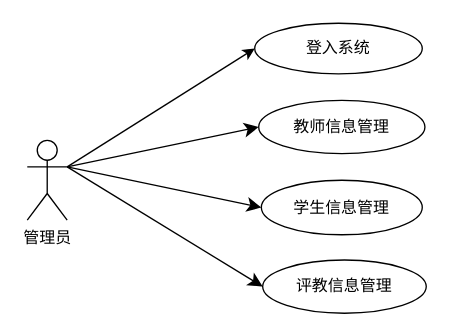
Earlier version of the draw.io diagram page "管理员" (1 of 7) of 未命名绘图.drawio (mao-user/2024code). Source tidied: cells renumbered, new cells numbered last; positions are measured from the earlier drawing's top-left corner, leaving out a move shared by most shapes. Both pictures are drawn from the tidied source at 133%, with x=0, y=0 at pixel (27, 23).
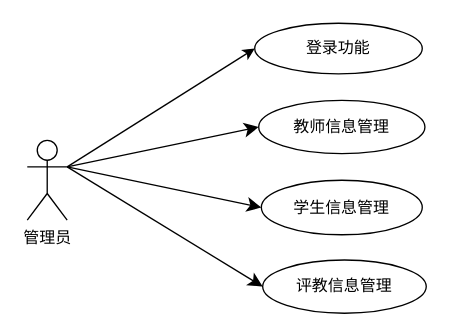
After the change.

Diff of the diagram source:
```diff
@@
 <mxGraphModel>
   <root>
     <mxCell id="0" />
     <mxCell id="1" parent="0" />
     <mxCell id="2" style="edgeStyle=none;curved=1;rounded=0;jettySize=auto;html=1;exitX=1;exitY=0.3333333333333333;exitDx=0;exitDy=0;exitPerimeter=0;entryX=0;entryY=0.5;entryDx=0;entryDy=0;fontSize=12;startSize=8;endSize=8;" parent="1" edge="1" source="6" target="7">
       <mxGeometry relative="1" as="geometry" />
     </mxCell>
     <mxCell id="3" style="edgeStyle=none;curved=1;rounded=0;jettySize=auto;html=1;exitX=1;exitY=0.3333333333333333;exitDx=0;exitDy=0;exitPerimeter=0;entryX=0;entryY=0.5;entryDx=0;entryDy=0;fontSize=12;startSize=8;endSize=8;" parent="1" edge="1" source="6" target="8">
       <mxGeometry relative="1" as="geometry" />
     </mxCell>
     <mxCell id="4" style="edgeStyle=none;curved=1;rounded=0;jettySize=auto;html=1;exitX=1;exitY=0.3333333333333333;exitDx=0;exitDy=0;exitPerimeter=0;entryX=0;entryY=0.5;entryDx=0;entryDy=0;fontSize=12;startSize=8;endSize=8;" parent="1" edge="1" source="6" target="9">
       <mxGeometry relative="1" as="geometry" />
     </mxCell>
     <mxCell id="5" style="edgeStyle=none;rounded=0;jettySize=auto;html=1;exitX=1;exitY=0.3333333333333333;exitDx=0;exitDy=0;exitPerimeter=0;entryX=0;entryY=0.5;entryDx=0;entryDy=0;" parent="1" edge="1" source="6" target="10">
       <mxGeometry relative="1" as="geometry" />
     </mxCell>
     <mxCell id="6" value="管理员" style="shape=umlActor;verticalLabelPosition=bottom;verticalAlign=top;html=1;outlineConnect=0;" parent="1" vertex="1">
       <mxGeometry y="88" width="30" height="60" as="geometry" />
     </mxCell>
     <mxCell id="7" value="教师信息管理" style="ellipse;whiteSpace=wrap;html=1;" parent="1" vertex="1">
       <mxGeometry x="174" y="58" width="125" height="40" as="geometry" />
     </mxCell>
     <mxCell id="8" value="学生信息管理" style="ellipse;whiteSpace=wrap;html=1;" parent="1" vertex="1">
       <mxGeometry x="176" y="118" width="121" height="41" as="geometry" />
     </mxCell>
     <mxCell id="9" value="评教信息管理" style="ellipse;whiteSpace=wrap;html=1;" parent="1" vertex="1">
       <mxGeometry x="177" y="178" width="123" height="40" as="geometry" />
     </mxCell>
-    <mxCell id="10" value="登入系统" style="ellipse;whiteSpace=wrap;html=1;" parent="1" vertex="1">
+    <mxCell id="10" value="登录功能" style="ellipse;whiteSpace=wrap;html=1;" parent="1" vertex="1">
       <mxGeometry x="171" width="126" height="38" as="geometry" />
     </mxCell>
   </root>
 </mxGraphModel>
```
